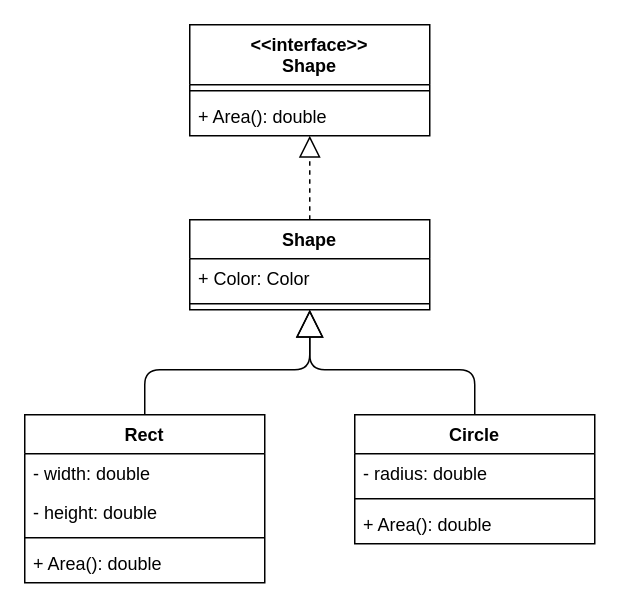
This is InterfaceSample/Diagram.drawio from luk4w/CSharp, a draw.io file, before an edit. Source tidied: cells renumbered, new cells numbered last; positions are measured from the earlier drawing's top-left corner, leaving out a move shared by most shapes. Both pictures are drawn from the tidied source at 150%, with x=0, y=0 at pixel (24, 24).
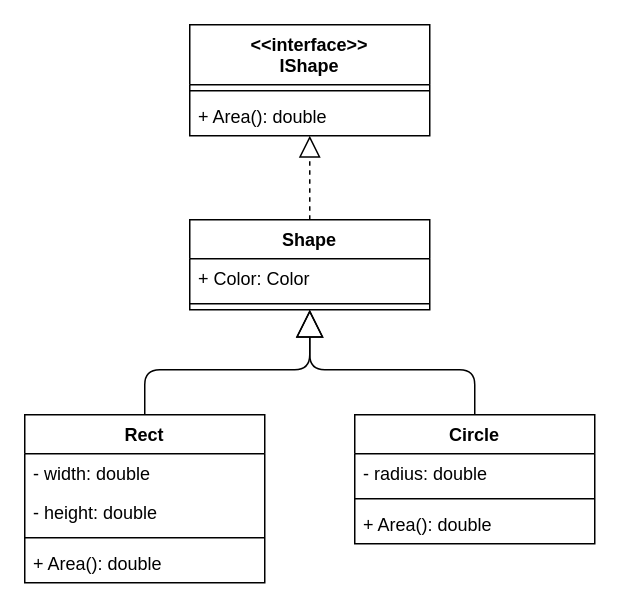
After the change.

The edit, as a diff of the source:
```diff
@@
-    <mxCell id="2" value="&lt;&lt;interface&gt;&gt;&#10;Shape" style="swimlane;fontStyle=1;align=center;verticalAlign=top;horizontal=1;startSize=40;" parent="1" vertex="1">
+    <mxCell id="2" value="&lt;&lt;interface&gt;&gt;&#10;IShape" style="swimlane;fontStyle=1;align=center;verticalAlign=top;horizontal=1;startSize=40;" parent="1" vertex="1">
       <mxGeometry x="110" width="160" height="74" as="geometry" />
     </mxCell>
```
